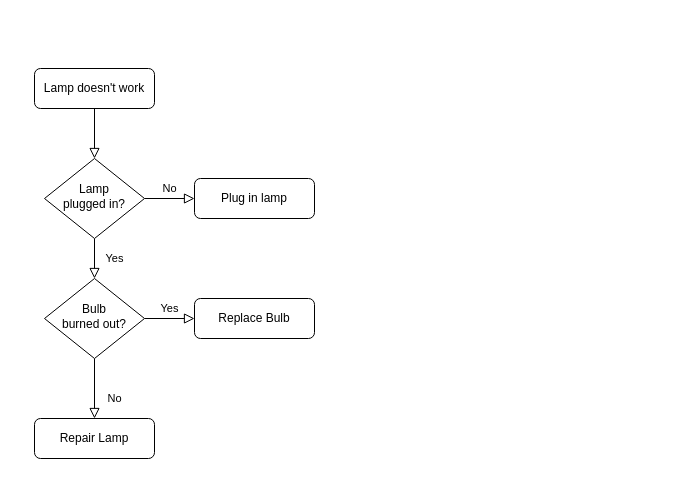
SCameron99/cv keeps this draw.io diagram as Flux.drawio. Above is the earlier version. Source tidied: cells renumbered, new cells numbered last; positions are measured from the earlier drawing's top-left corner, leaving out a move shared by most shapes. Both pictures are drawn from the tidied source at 100%, with x=0, y=0 at pixel (34, 68).
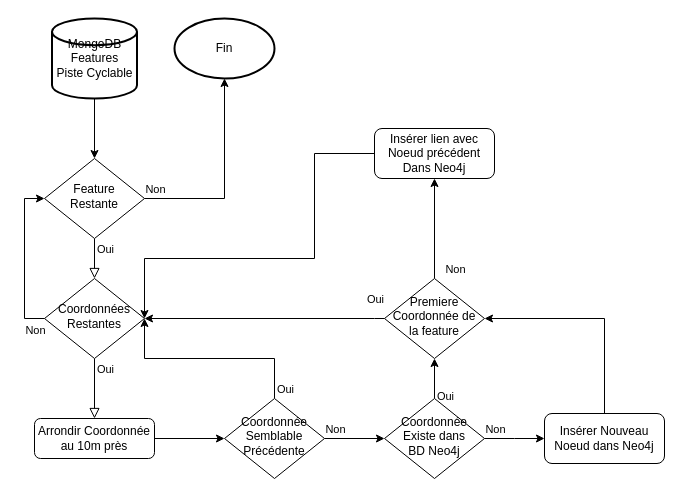
After the change.

Commit message:
Mettre à jour Flux.drawio

Diff of the diagram source:
```diff
@@
-    <mxCell id="2" style="rounded=0;html=1;jettySize=auto;fontSize=11;endArrow=block;endFill=0;endSize=8;strokeWidth=1;shadow=0;labelBackgroundColor=none;edgeStyle=orthogonalEdgeStyle;" parent="1" edge="1" source="3" target="6">
-      <mxGeometry relative="1" as="geometry" />
-    </mxCell>
-    <mxCell id="3" value="Lamp doesn't work" style="rounded=1;whiteSpace=wrap;html=1;fontSize=12;glass=0;strokeWidth=1;shadow=0;" parent="1" vertex="1">
-      <mxGeometry width="120" height="40" as="geometry" />
-    </mxCell>
-    <mxCell id="4" value="Yes" style="rounded=0;html=1;jettySize=auto;fontSize=11;endArrow=block;endFill=0;endSize=8;strokeWidth=1;shadow=0;labelBackgroundColor=none;edgeStyle=orthogonalEdgeStyle;" parent="1" edge="1" source="6" target="10">
+    <mxCell id="4" style="rounded=0;html=1;jettySize=auto;fontSize=11;endArrow=block;endFill=0;endSize=8;strokeWidth=1;shadow=0;labelBackgroundColor=none;edgeStyle=orthogonalEdgeStyle;" parent="1" edge="1" source="6" target="10">
       <mxGeometry y="20" relative="1" as="geometry" />
     </mxCell>
-    <mxCell id="5" value="No" style="edgeStyle=orthogonalEdgeStyle;rounded=0;html=1;jettySize=auto;fontSize=11;endArrow=block;endFill=0;endSize=8;strokeWidth=1;shadow=0;labelBackgroundColor=none;" parent="1" edge="1" source="6" target="7">
-      <mxGeometry y="10" relative="1" as="geometry" />
-    </mxCell>
+    <mxCell id="13" value="Oui" style="edgeLabel;html=1;align=center;verticalAlign=middle;" parent="4" vertex="1">
+      <mxGeometry relative="1" as="geometry">
+        <mxPoint x="10" y="-10" as="offset" />
+      </mxGeometry>
+    </mxCell>
-    <mxCell id="6" value="Lamp&lt;br&gt;plugged in?" style="rhombus;whiteSpace=wrap;html=1;shadow=0;fontFamily=Helvetica;fontSize=12;align=center;strokeWidth=1;spacing=6;spacingTop=-4;" parent="1" vertex="1">
+    <mxCell id="6" value="Feature&lt;br&gt;Restante" style="rhombus;whiteSpace=wrap;html=1;shadow=0;fontFamily=Helvetica;fontSize=12;align=center;strokeWidth=1;spacing=6;spacingTop=-4;" parent="1" vertex="1">
       <mxGeometry x="10" y="90" width="100" height="80" as="geometry" />
     </mxCell>
-    <mxCell id="7" value="Plug in lamp" style="rounded=1;whiteSpace=wrap;html=1;fontSize=12;glass=0;strokeWidth=1;shadow=0;" parent="1" vertex="1">
-      <mxGeometry x="160" y="110" width="120" height="40" as="geometry" />
-    </mxCell>
-    <mxCell id="8" value="No" style="rounded=0;html=1;jettySize=auto;fontSize=11;endArrow=block;endFill=0;endSize=8;strokeWidth=1;shadow=0;labelBackgroundColor=none;edgeStyle=orthogonalEdgeStyle;" parent="1" edge="1" source="10" target="11">
+    <mxCell id="8" style="rounded=0;html=1;jettySize=auto;fontSize=11;endArrow=block;endFill=0;endSize=8;strokeWidth=1;shadow=0;labelBackgroundColor=none;edgeStyle=orthogonalEdgeStyle;" parent="1" edge="1" source="10" target="11">
       <mxGeometry x="0.33" y="20" relative="1" as="geometry" />
     </mxCell>
-    <mxCell id="9" value="Yes" style="edgeStyle=orthogonalEdgeStyle;rounded=0;html=1;jettySize=auto;fontSize=11;endArrow=block;endFill=0;endSize=8;strokeWidth=1;shadow=0;labelBackgroundColor=none;" parent="1" edge="1" source="10" target="12">
-      <mxGeometry y="10" relative="1" as="geometry" />
-    </mxCell>
+    <mxCell id="14" value="Oui" style="edgeLabel;html=1;align=center;verticalAlign=middle;" parent="8" vertex="1">
+      <mxGeometry x="-0.13" y="1" relative="1" as="geometry">
+        <mxPoint x="9" y="-16" as="offset" />
+      </mxGeometry>
+    </mxCell>
-    <mxCell id="10" value="Bulb&lt;br&gt;burned out?" style="rhombus;whiteSpace=wrap;html=1;shadow=0;fontFamily=Helvetica;fontSize=12;align=center;strokeWidth=1;spacing=6;spacingTop=-4;" parent="1" vertex="1">
+    <mxCell id="10" value="Coordonnées&lt;br&gt;Restantes" style="rhombus;whiteSpace=wrap;html=1;shadow=0;fontFamily=Helvetica;fontSize=12;align=center;strokeWidth=1;spacing=6;spacingTop=-4;" parent="1" vertex="1">
       <mxGeometry x="10" y="210" width="100" height="80" as="geometry" />
     </mxCell>
+    <mxCell id="15" style="edgeStyle=orthogonalEdgeStyle;rounded=0;jettySize=auto;html=1;entryX=0;entryY=0.5;entryDx=0;entryDy=0;" parent="1" edge="1" source="11" target="25">
+      <mxGeometry relative="1" as="geometry" />
+    </mxCell>
-    <mxCell id="11" value="Repair Lamp" style="rounded=1;whiteSpace=wrap;html=1;fontSize=12;glass=0;strokeWidth=1;shadow=0;" parent="1" vertex="1">
+    <mxCell id="11" value="Arrondir Coordonnée au 10m près" style="rounded=1;whiteSpace=wrap;html=1;fontSize=12;glass=0;strokeWidth=1;shadow=0;" parent="1" vertex="1">
       <mxGeometry y="350" width="120" height="40" as="geometry" />
     </mxCell>
-    <mxCell id="12" value="Replace Bulb" style="rounded=1;whiteSpace=wrap;html=1;fontSize=12;glass=0;strokeWidth=1;shadow=0;" parent="1" vertex="1">
-      <mxGeometry x="160" y="230" width="120" height="40" as="geometry" />
-    </mxCell>
+    <mxCell id="16" style="edgeStyle=orthogonalEdgeStyle;rounded=0;jettySize=auto;html=1;entryX=0.5;entryY=0;entryDx=0;entryDy=0;" parent="1" edge="1" source="17" target="6">
+      <mxGeometry relative="1" as="geometry" />
+    </mxCell>
+    <mxCell id="17" value="MongoDB&lt;br&gt;Features&lt;br&gt;Piste Cyclable" style="strokeWidth=2;html=1;shape=mxgraph.flowchart.database;whiteSpace=wrap;" parent="1" vertex="1">
+      <mxGeometry x="17.5" y="-50" width="85" height="80" as="geometry" />
+    </mxCell>
+    <mxCell id="18" value="Fin" style="strokeWidth=2;html=1;shape=mxgraph.flowchart.start_1;whiteSpace=wrap;" parent="1" vertex="1">
+      <mxGeometry x="140" y="-50" width="100" height="60" as="geometry" />
+    </mxCell>
+    <mxCell id="19" style="edgeStyle=orthogonalEdgeStyle;rounded=0;jettySize=auto;html=1;entryX=0.5;entryY=1;entryDx=0;entryDy=0;entryPerimeter=0;" parent="1" edge="1" source="6" target="18">
+      <mxGeometry relative="1" as="geometry" />
+    </mxCell>
+    <mxCell id="20" value="Non" style="edgeLabel;html=1;align=center;verticalAlign=middle;" parent="19" vertex="1">
+      <mxGeometry x="-0.16" y="-2" relative="1" as="geometry">
+        <mxPoint x="-72" y="-6" as="offset" />
+      </mxGeometry>
+    </mxCell>
+    <mxCell id="21" style="edgeStyle=orthogonalEdgeStyle;rounded=0;jettySize=auto;html=1;exitX=0.5;exitY=0;exitDx=0;exitDy=0;entryX=1;entryY=0.5;entryDx=0;entryDy=0;" parent="1" edge="1" source="25" target="10">
+      <mxGeometry relative="1" as="geometry">
+        <Array as="points">
+          <mxPoint x="240" y="290" />
+          <mxPoint x="110" y="290" />
+        </Array>
+      </mxGeometry>
+    </mxCell>
+    <mxCell id="22" value="Oui" style="edgeLabel;html=1;align=center;verticalAlign=middle;" parent="21" vertex="1">
+      <mxGeometry x="-0.08" y="-2" relative="1" as="geometry">
+        <mxPoint x="67" y="32" as="offset" />
+      </mxGeometry>
+    </mxCell>
+    <mxCell id="23" style="edgeStyle=orthogonalEdgeStyle;rounded=0;jettySize=auto;html=1;entryX=0;entryY=0.5;entryDx=0;entryDy=0;" parent="1" edge="1" source="25" target="30">
+      <mxGeometry relative="1" as="geometry" />
+    </mxCell>
+    <mxCell id="24" value="Non" style="edgeLabel;html=1;align=center;verticalAlign=middle;" parent="23" vertex="1">
+      <mxGeometry x="-0.13" relative="1" as="geometry">
+        <mxPoint x="-16" y="-10" as="offset" />
+      </mxGeometry>
+    </mxCell>
+    <mxCell id="25" value="Coordonnée&lt;br&gt;Semblable&lt;br&gt;Précédente" style="rhombus;whiteSpace=wrap;html=1;shadow=0;fontFamily=Helvetica;fontSize=12;align=center;strokeWidth=1;spacing=6;spacingTop=-4;" parent="1" vertex="1">
+      <mxGeometry x="190" y="330" width="100" height="80" as="geometry" />
+    </mxCell>
+    <mxCell id="26" style="edgeStyle=orthogonalEdgeStyle;rounded=0;jettySize=auto;html=1;entryX=0.5;entryY=1;entryDx=0;entryDy=0;" parent="1" edge="1" source="30" target="33">
+      <mxGeometry relative="1" as="geometry" />
+    </mxCell>
+    <mxCell id="27" value="Oui" style="edgeLabel;html=1;align=center;verticalAlign=middle;" parent="26" vertex="1">
+      <mxGeometry x="-0.35" y="2" relative="1" as="geometry">
+        <mxPoint x="12" y="10" as="offset" />
+      </mxGeometry>
+    </mxCell>
+    <mxCell id="28" style="edgeStyle=orthogonalEdgeStyle;rounded=0;jettySize=auto;html=1;entryX=0;entryY=0.5;entryDx=0;entryDy=0;" parent="1" edge="1" source="30">
+      <mxGeometry relative="1" as="geometry">
+        <mxPoint x="510" y="370" as="targetPoint" />
+      </mxGeometry>
+    </mxCell>
+    <mxCell id="29" value="Non" style="edgeLabel;html=1;align=center;verticalAlign=middle;" parent="28" vertex="1">
+      <mxGeometry x="-0.03" y="1" relative="1" as="geometry">
+        <mxPoint x="-19" y="-9" as="offset" />
+      </mxGeometry>
+    </mxCell>
+    <mxCell id="30" value="Coordonnée&lt;br&gt;Existe dans&lt;br&gt;BD Neo4j" style="rhombus;whiteSpace=wrap;html=1;shadow=0;fontFamily=Helvetica;fontSize=12;align=center;strokeWidth=1;spacing=6;spacingTop=-4;" parent="1" vertex="1">
+      <mxGeometry x="350" y="330" width="100" height="80" as="geometry" />
+    </mxCell>
+    <mxCell id="31" style="edgeStyle=orthogonalEdgeStyle;rounded=0;jettySize=auto;html=1;entryX=0.5;entryY=1;entryDx=0;entryDy=0;" parent="1" edge="1" source="33" target="39">
+      <mxGeometry relative="1" as="geometry" />
+    </mxCell>
+    <mxCell id="32" value="Non" style="edgeLabel;html=1;align=center;verticalAlign=middle;" parent="31" vertex="1">
+      <mxGeometry x="-0.3" y="2" relative="1" as="geometry">
+        <mxPoint x="22" y="25" as="offset" />
+      </mxGeometry>
+    </mxCell>
+    <mxCell id="33" value="Premiere Coordonnée de&lt;br&gt;la feature" style="rhombus;whiteSpace=wrap;html=1;shadow=0;fontFamily=Helvetica;fontSize=12;align=center;strokeWidth=1;spacing=6;spacingTop=-4;" parent="1" vertex="1">
+      <mxGeometry x="350" y="210" width="100" height="80" as="geometry" />
+    </mxCell>
+    <mxCell id="34" style="edgeStyle=orthogonalEdgeStyle;rounded=0;jettySize=auto;html=1;entryX=1;entryY=0.5;entryDx=0;entryDy=0;exitX=0;exitY=0.5;exitDx=0;exitDy=0;" parent="1" edge="1" source="33" target="10">
+      <mxGeometry relative="1" as="geometry">
+        <Array as="points">
+          <mxPoint x="340" y="250" />
+          <mxPoint x="340" y="250" />
+        </Array>
+      </mxGeometry>
+    </mxCell>
+    <mxCell id="35" value="Oui" style="edgeLabel;html=1;align=center;verticalAlign=middle;" parent="34" vertex="1">
+      <mxGeometry x="-0.54" relative="1" as="geometry">
+        <mxPoint x="45" y="-20" as="offset" />
+      </mxGeometry>
+    </mxCell>
+    <mxCell id="36" style="edgeStyle=orthogonalEdgeStyle;rounded=0;jettySize=auto;html=1;exitX=0;exitY=0.5;exitDx=0;exitDy=0;entryX=0;entryY=0.5;entryDx=0;entryDy=0;" parent="1" edge="1" source="10" target="6">
+      <mxGeometry relative="1" as="geometry" />
+    </mxCell>
+    <mxCell id="37" value="Non" style="edgeLabel;html=1;align=center;verticalAlign=middle;" parent="36" vertex="1">
+      <mxGeometry x="-0.41" relative="1" as="geometry">
+        <mxPoint x="10" y="38" as="offset" />
+      </mxGeometry>
+    </mxCell>
+    <mxCell id="38" style="edgeStyle=orthogonalEdgeStyle;rounded=0;jettySize=auto;html=1;entryX=1;entryY=0.5;entryDx=0;entryDy=0;" parent="1" edge="1" source="39" target="10">
+      <mxGeometry relative="1" as="geometry">
+        <Array as="points">
+          <mxPoint x="280" y="85" />
+          <mxPoint x="280" y="190" />
+          <mxPoint x="110" y="190" />
+        </Array>
+      </mxGeometry>
+    </mxCell>
+    <mxCell id="39" value="Insérer lien avec&lt;br&gt;Noeud précédent&lt;br&gt;Dans Neo4j" style="rounded=1;whiteSpace=wrap;html=1;fontSize=12;glass=0;strokeWidth=1;shadow=0;" parent="1" vertex="1">
+      <mxGeometry x="340" y="60" width="120" height="50" as="geometry" />
+    </mxCell>
+    <mxCell id="40" style="edgeStyle=orthogonalEdgeStyle;rounded=0;jettySize=auto;html=1;entryX=1;entryY=0.5;entryDx=0;entryDy=0;" parent="1" edge="1" source="41" target="33">
+      <mxGeometry relative="1" as="geometry">
+        <Array as="points">
+          <mxPoint x="570" y="250" />
+        </Array>
+      </mxGeometry>
+    </mxCell>
+    <mxCell id="41" value="Insérer Nouveau Noeud dans Neo4j" style="rounded=1;whiteSpace=wrap;html=1;fontSize=12;glass=0;strokeWidth=1;shadow=0;" parent="1" vertex="1">
+      <mxGeometry x="510" y="345" width="120" height="50" as="geometry" />
+    </mxCell>
```
